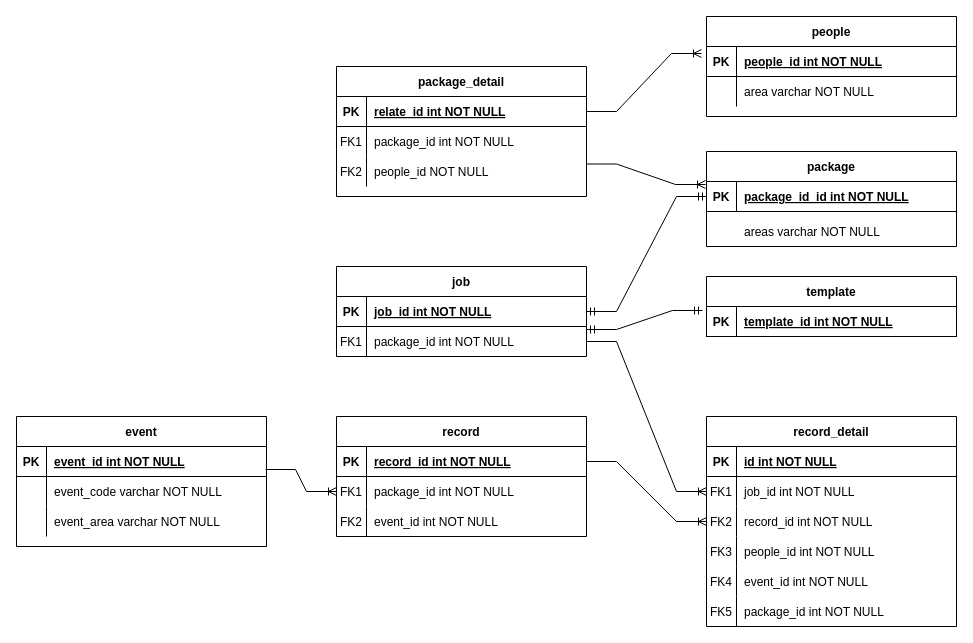
Before: 触达管理数据模型.drawio in shoacom/docs, a draw.io diagram. Source tidied: cells renumbered, new cells numbered last; positions are measured from the earlier drawing's top-left corner, leaving out a move shared by most shapes. Both pictures are drawn from the tidied source at 100%, with x=0, y=0 at pixel (16, 16).
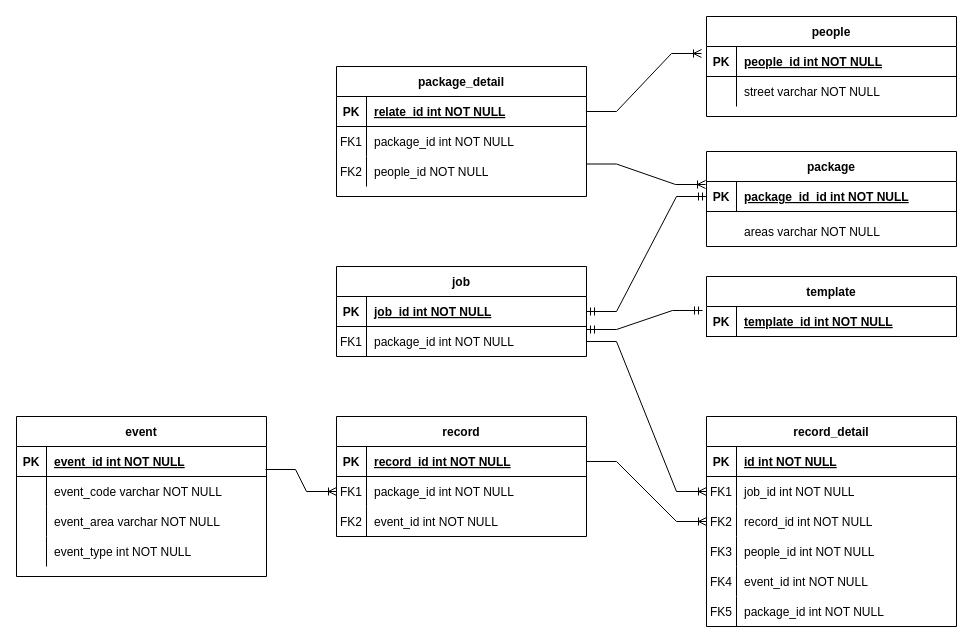
The same page after the edit.

Commit message:
Update 触达管理数据模型.drawio

The change refers to these unchanged cells:
```xml
<mxCell id="20" style="shape=partialRectangle;fillColor=none;top=0;left=0;right=0;bottom=0;" parent="16" vertex="1">
  <mxGeometry y="60" width="250" height="30" as="geometry" />
</mxCell>
```

Diff of the diagram source:
```diff
@@
-    <mxCell id="22" value="area varchar NOT NULL" style="shape=partialRectangle;overflow=hidden;fillColor=none;top=0;left=0;bottom=0;right=0;align=left;spacingLeft=6;" parent="20" vertex="1">
+    <mxCell id="22" value="street varchar NOT NULL" style="shape=partialRectangle;overflow=hidden;fillColor=none;top=0;left=0;bottom=0;right=0;align=left;spacingLeft=6;" parent="20" vertex="1">
       <mxGeometry x="30" width="220" height="30" as="geometry" />
     </mxCell>
@@
     <mxCell id="37" value="event" style="shape=table;startSize=30;childLayout=tableLayout;rowLines=0;fontStyle=1;align=center;" parent="1" vertex="1">
-      <mxGeometry y="400" width="250" height="130" as="geometry" />
+      <mxGeometry y="400" width="250" height="160" as="geometry" />
     </mxCell>
@@
+    <mxCell id="83" style="shape=partialRectangle;fillColor=none;top=0;left=0;right=0;bottom=0;" parent="37" vertex="1">
+      <mxGeometry y="90" width="250" height="30" as="geometry" />
+    </mxCell>
+    <mxCell id="84" style="shape=partialRectangle;overflow=hidden;fillColor=none;top=0;left=0;bottom=0;right=0;" parent="83" vertex="1">
+      <mxGeometry width="30" height="30" as="geometry" />
+    </mxCell>
+    <mxCell id="85" value="event_area varchar NOT NULL" style="shape=partialRectangle;overflow=hidden;fillColor=none;top=0;left=0;bottom=0;right=0;align=left;spacingLeft=6;" parent="83" vertex="1">
+      <mxGeometry x="30" width="220" height="30" as="geometry" />
+    </mxCell>
     <mxCell id="44" style="shape=partialRectangle;fillColor=none;top=0;left=0;right=0;bottom=0;" parent="37" vertex="1">
-      <mxGeometry y="90" width="250" height="30" as="geometry" />
+      <mxGeometry y="120" width="250" height="30" as="geometry" />
     </mxCell>
@@
-    <mxCell id="46" value="event_area varchar NOT NULL" style="shape=partialRectangle;overflow=hidden;fillColor=none;top=0;left=0;bottom=0;right=0;align=left;spacingLeft=6;" parent="44" vertex="1">
+    <mxCell id="46" value="event_type int NOT NULL" style="shape=partialRectangle;overflow=hidden;fillColor=none;top=0;left=0;bottom=0;right=0;align=left;spacingLeft=6;" parent="44" vertex="1">
       <mxGeometry x="30" width="220" height="30" as="geometry" />
     </mxCell>
```
